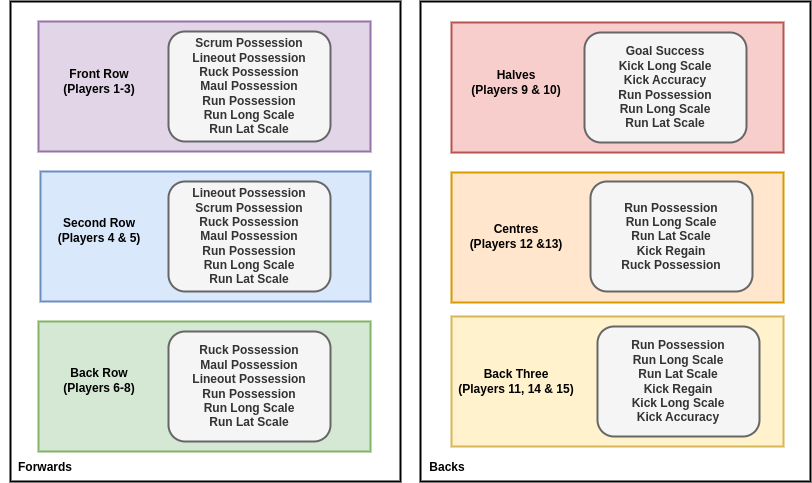
Earlier version of the draw.io export images/rugby-player-abilities.drawio.png (umbralcalc/worlds-of-observation). Source tidied: cells renumbered, new cells last; positions are measured from the earlier drawing's top-left corner, leaving out a move shared by most shapes.
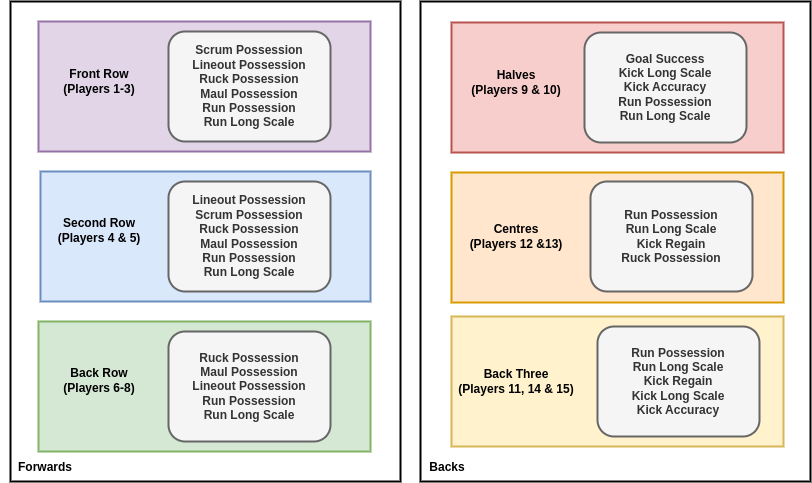
After the change.

Change to the diagram source:
```diff
@@ -11,7 +11,7 @@
     <mxCell id="4" value="&lt;b&gt;Front Row (Players 1-3)&lt;/b&gt;" style="text;html=1;strokeColor=none;fillColor=none;align=center;verticalAlign=middle;whiteSpace=wrap;rounded=0;" parent="1" vertex="1">
       <mxGeometry x="54" y="65" width="90" height="30" as="geometry" />
     </mxCell>
-    <mxCell id="5" value="&lt;b style=&quot;border-color: var(--border-color);&quot;&gt;Scrum Possession&lt;br style=&quot;border-color: var(--border-color);&quot;&gt;Lineout Possession&lt;br style=&quot;border-color: var(--border-color);&quot;&gt;Ruck Possession&lt;br style=&quot;border-color: var(--border-color);&quot;&gt;Maul Possession&lt;br&gt;&lt;/b&gt;&lt;b&gt;Run Possession&lt;br&gt;Run Long Scale&lt;br&gt;Run Lat Scale&lt;br&gt;&lt;/b&gt;" style="rounded=1;whiteSpace=wrap;html=1;strokeWidth=2;fillColor=#f5f5f5;strokeColor=#666666;fontColor=#333333;" parent="1" vertex="1">
+    <mxCell id="5" value="&lt;b style=&quot;border-color: var(--border-color);&quot;&gt;Scrum Possession&lt;br style=&quot;border-color: var(--border-color);&quot;&gt;Lineout Possession&lt;br style=&quot;border-color: var(--border-color);&quot;&gt;Ruck Possession&lt;br style=&quot;border-color: var(--border-color);&quot;&gt;Maul Possession&lt;br&gt;&lt;/b&gt;&lt;b&gt;Run Possession&lt;br&gt;Run Long Scale&lt;br&gt;&lt;/b&gt;" style="rounded=1;whiteSpace=wrap;html=1;strokeWidth=2;fillColor=#f5f5f5;strokeColor=#666666;fontColor=#333333;" parent="1" vertex="1">
       <mxGeometry x="168" y="30" width="162" height="110" as="geometry" />
     </mxCell>
     <mxCell id="6" style="rounded=0;whiteSpace=wrap;html=1;fillColor=#dae8fc;strokeColor=#6c8ebf;strokeWidth=2;" parent="1" vertex="1">
@@ -53,19 +53,19 @@
     <mxCell id="18" value="&lt;b&gt;Halves&lt;br&gt;(Players 9 &amp;amp; 10)&lt;br&gt;&lt;/b&gt;" style="text;html=1;strokeColor=none;fillColor=none;align=center;verticalAlign=middle;whiteSpace=wrap;rounded=0;" parent="1" vertex="1">
       <mxGeometry x="469" y="66" width="94" height="30" as="geometry" />
     </mxCell>
-    <mxCell id="19" value="&lt;b style=&quot;border-color: var(--border-color);&quot;&gt;&lt;b style=&quot;border-color: var(--border-color);&quot;&gt;Lineout Possession&lt;/b&gt;&lt;br&gt;Scrum Possession&lt;br style=&quot;border-color: var(--border-color);&quot;&gt;Ruck Possession&lt;br style=&quot;border-color: var(--border-color);&quot;&gt;Maul Possession&lt;br&gt;&lt;/b&gt;&lt;b&gt;Run Possession&lt;br&gt;Run Long Scale&lt;br&gt;Run Lat Scale&lt;br&gt;&lt;/b&gt;" style="rounded=1;whiteSpace=wrap;html=1;strokeWidth=2;fillColor=#f5f5f5;strokeColor=#666666;fontColor=#333333;" parent="1" vertex="1">
+    <mxCell id="19" value="&lt;b style=&quot;border-color: var(--border-color);&quot;&gt;&lt;b style=&quot;border-color: var(--border-color);&quot;&gt;Lineout Possession&lt;/b&gt;&lt;br&gt;Scrum Possession&lt;br style=&quot;border-color: var(--border-color);&quot;&gt;Ruck Possession&lt;br style=&quot;border-color: var(--border-color);&quot;&gt;Maul Possession&lt;br&gt;&lt;/b&gt;&lt;b&gt;Run Possession&lt;br&gt;Run Long Scale&lt;br&gt;&lt;/b&gt;" style="rounded=1;whiteSpace=wrap;html=1;strokeWidth=2;fillColor=#f5f5f5;strokeColor=#666666;fontColor=#333333;" parent="1" vertex="1">
       <mxGeometry x="168" y="180" width="162" height="110" as="geometry" />
     </mxCell>
-    <mxCell id="20" value="&lt;b style=&quot;border-color: var(--border-color);&quot;&gt;Ruck Possession&lt;br style=&quot;border-color: var(--border-color);&quot;&gt;Maul Possession&lt;br&gt;&lt;b style=&quot;border-color: var(--border-color);&quot;&gt;&lt;b style=&quot;border-color: var(--border-color);&quot;&gt;Lineout Possession&lt;/b&gt;&lt;/b&gt;&lt;br&gt;&lt;/b&gt;&lt;b&gt;Run Possession&lt;br&gt;Run Long Scale&lt;br&gt;Run Lat Scale&lt;br&gt;&lt;/b&gt;" style="rounded=1;whiteSpace=wrap;html=1;strokeWidth=2;fillColor=#f5f5f5;strokeColor=#666666;fontColor=#333333;" parent="1" vertex="1">
+    <mxCell id="20" value="&lt;b style=&quot;border-color: var(--border-color);&quot;&gt;Ruck Possession&lt;br style=&quot;border-color: var(--border-color);&quot;&gt;Maul Possession&lt;br&gt;&lt;b style=&quot;border-color: var(--border-color);&quot;&gt;&lt;b style=&quot;border-color: var(--border-color);&quot;&gt;Lineout Possession&lt;/b&gt;&lt;/b&gt;&lt;br&gt;&lt;/b&gt;&lt;b&gt;Run Possession&lt;br&gt;Run Long Scale&lt;br&gt;&lt;/b&gt;" style="rounded=1;whiteSpace=wrap;html=1;strokeWidth=2;fillColor=#f5f5f5;strokeColor=#666666;fontColor=#333333;" parent="1" vertex="1">
       <mxGeometry x="168" y="330" width="162" height="110" as="geometry" />
     </mxCell>
-    <mxCell id="21" value="&lt;b style=&quot;border-color: var(--border-color);&quot;&gt;Goal Success&lt;br&gt;Kick Long Scale&lt;br&gt;Kick Accuracy&lt;br&gt;&lt;/b&gt;&lt;b&gt;Run Possession&lt;br&gt;Run Long Scale&lt;br&gt;Run Lat Scale&lt;br&gt;&lt;/b&gt;" style="rounded=1;whiteSpace=wrap;html=1;strokeWidth=2;fillColor=#f5f5f5;strokeColor=#666666;fontColor=#333333;" parent="1" vertex="1">
+    <mxCell id="21" value="&lt;b style=&quot;border-color: var(--border-color);&quot;&gt;Goal Success&lt;br&gt;Kick Long Scale&lt;br&gt;Kick Accuracy&lt;br&gt;&lt;/b&gt;&lt;b&gt;Run Possession&lt;br&gt;Run Long Scale&lt;br&gt;&lt;/b&gt;" style="rounded=1;whiteSpace=wrap;html=1;strokeWidth=2;fillColor=#f5f5f5;strokeColor=#666666;fontColor=#333333;" parent="1" vertex="1">
       <mxGeometry x="584" y="31" width="162" height="110" as="geometry" />
     </mxCell>
-    <mxCell id="22" value="&lt;b&gt;Run Possession&lt;br&gt;Run Long Scale&lt;br&gt;Run Lat Scale&lt;br&gt;Kick Regain&lt;br&gt;&lt;/b&gt;&lt;b style=&quot;border-color: var(--border-color);&quot;&gt;Ruck Possession&lt;/b&gt;&lt;b&gt;&lt;br&gt;&lt;/b&gt;" style="rounded=1;whiteSpace=wrap;html=1;strokeWidth=2;fillColor=#f5f5f5;strokeColor=#666666;fontColor=#333333;" parent="1" vertex="1">
+    <mxCell id="22" value="&lt;b&gt;Run Possession&lt;br&gt;Run Long Scale&lt;br&gt;Kick Regain&lt;br&gt;&lt;/b&gt;&lt;b style=&quot;border-color: var(--border-color);&quot;&gt;Ruck Possession&lt;/b&gt;&lt;b&gt;&lt;br&gt;&lt;/b&gt;" style="rounded=1;whiteSpace=wrap;html=1;strokeWidth=2;fillColor=#f5f5f5;strokeColor=#666666;fontColor=#333333;" parent="1" vertex="1">
       <mxGeometry x="590" y="180" width="162" height="110" as="geometry" />
     </mxCell>
-    <mxCell id="23" value="&lt;b style=&quot;border-color: var(--border-color);&quot;&gt;&lt;b style=&quot;border-color: var(--border-color);&quot;&gt;Run Possession&lt;br style=&quot;border-color: var(--border-color);&quot;&gt;Run Long Scale&lt;br style=&quot;border-color: var(--border-color);&quot;&gt;Run Lat Scale&lt;br&gt;&lt;/b&gt;Kick Regain&lt;br&gt;Kick Long Scale&lt;br&gt;Kick Accuracy&lt;/b&gt;&lt;b&gt;&lt;br&gt;&lt;/b&gt;" style="rounded=1;whiteSpace=wrap;html=1;strokeWidth=2;fillColor=#f5f5f5;strokeColor=#666666;fontColor=#333333;" parent="1" vertex="1">
+    <mxCell id="23" value="&lt;b style=&quot;border-color: var(--border-color);&quot;&gt;&lt;b style=&quot;border-color: var(--border-color);&quot;&gt;Run Possession&lt;br style=&quot;border-color: var(--border-color);&quot;&gt;Run Long Scale&lt;br&gt;&lt;/b&gt;Kick Regain&lt;br&gt;Kick Long Scale&lt;br&gt;Kick Accuracy&lt;/b&gt;&lt;b&gt;&lt;br&gt;&lt;/b&gt;" style="rounded=1;whiteSpace=wrap;html=1;strokeWidth=2;fillColor=#f5f5f5;strokeColor=#666666;fontColor=#333333;" parent="1" vertex="1">
       <mxGeometry x="597" y="325" width="162" height="110" as="geometry" />
     </mxCell>
   </root>
```
